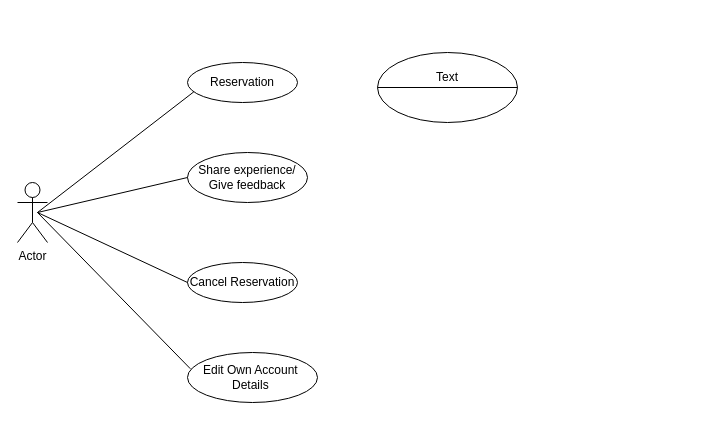
Earlier version of the draw.io diagram Untitled Diagram.drawio (Maliya2002/maliya2002.github.io). Source tidied: cells renumbered, new cells numbered last; positions are measured from the earlier drawing's top-left corner, leaving out a move shared by most shapes. Both pictures are drawn from the tidied source at 100%, with x=0, y=0 at pixel (17, 52).
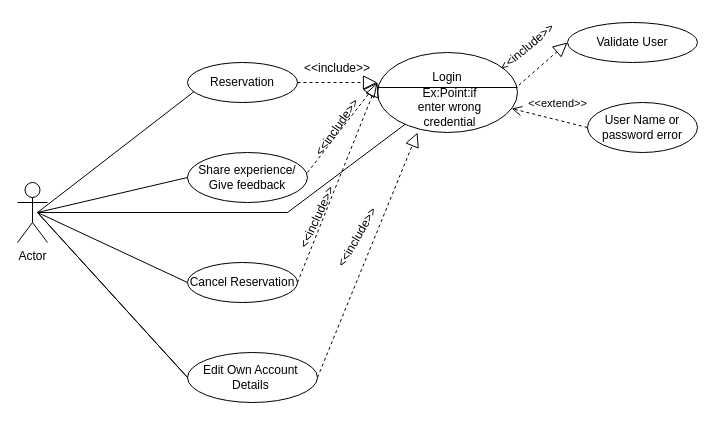
The same diagram, later.

Unchanged cells that the change refers to:
```xml
<mxCell id="3" value="Reservation" style="ellipse;whiteSpace=wrap;html=1;" parent="1" vertex="1">
  <mxGeometry x="170" y="10" width="110" height="40" as="geometry" />
</mxCell>
<mxCell id="5" value="Cancel Reservation" style="ellipse;whiteSpace=wrap;html=1;" parent="1" vertex="1">
  <mxGeometry x="170" y="210" width="110" height="40" as="geometry" />
</mxCell>
<mxCell id="6" value="Edit Own Account&amp;nbsp;&lt;div&gt;Details&amp;nbsp;&lt;/div&gt;" style="ellipse;whiteSpace=wrap;html=1;" parent="1" vertex="1">
  <mxGeometry x="170" y="300" width="130" height="50" as="geometry" />
</mxCell>
```

What changed in the source:
```diff
@@
-    <mxCell id="10" style="endArrow=none;html=1;rounded=0;entryX=0.022;entryY=0.325;entryDx=0;entryDy=0;entryPerimeter=0;" parent="1" edge="1" target="6">
+    <mxCell id="10" style="endArrow=none;html=1;rounded=0;" parent="1" edge="1" target="11">
       <mxGeometry relative="1" as="geometry">
         <mxPoint x="20" y="160" as="sourcePoint" />
+        <Array as="points">
+          <mxPoint x="270" y="160" />
+        </Array>
       </mxGeometry>
     </mxCell>
     <mxCell id="11" style="ellipse;whiteSpace=wrap;html=1;" parent="1" vertex="1">
-      <mxGeometry x="360" width="140" height="70" as="geometry" />
+      <mxGeometry x="360" width="140" height="80" as="geometry" />
     </mxCell>
@@
-    <mxCell id="13" value="Text" style="text;html=1;align=center;verticalAlign=middle;whiteSpace=wrap;rounded=0;" parent="1" vertex="1">
+    <mxCell id="13" value="Login" style="text;html=1;align=center;verticalAlign=middle;whiteSpace=wrap;rounded=0;" parent="1" vertex="1">
       <mxGeometry x="400" y="10" width="60" height="30" as="geometry" />
     </mxCell>
+    <mxCell id="14" value="Ex:Point:if enter wrong credential" style="text;html=1;align=center;verticalAlign=middle;whiteSpace=wrap;rounded=0;" parent="1" vertex="1">
+      <mxGeometry x="395" y="40" width="75" height="30" as="geometry" />
+    </mxCell>
+    <mxCell id="15" value="&amp;lt;&amp;lt;include&amp;gt;&amp;gt;" style="text;html=1;align=center;verticalAlign=middle;whiteSpace=wrap;rounded=0;" parent="1" vertex="1">
+      <mxGeometry x="290" y="0.5" width="60" height="30" as="geometry" />
+    </mxCell>
+    <mxCell id="16" value="&amp;lt;&amp;lt;include&amp;gt;&amp;gt;" style="text;html=1;align=center;verticalAlign=middle;whiteSpace=wrap;rounded=0;rotation=-55;" parent="1" vertex="1">
+      <mxGeometry x="290" y="60" width="60" height="30" as="geometry" />
+    </mxCell>
+    <mxCell id="17" value="&amp;lt;&amp;lt;include&amp;gt;&amp;gt;" style="text;html=1;align=center;verticalAlign=middle;whiteSpace=wrap;rounded=0;rotation=-65;" parent="1" vertex="1">
+      <mxGeometry x="270" y="150" width="60" height="30" as="geometry" />
+    </mxCell>
+    <mxCell id="18" value="&amp;lt;&amp;lt;include&amp;gt;&amp;gt;" style="text;html=1;align=center;verticalAlign=middle;whiteSpace=wrap;rounded=0;rotation=-60;" parent="1" vertex="1">
+      <mxGeometry x="310" y="180" width="60" height="10" as="geometry" />
+    </mxCell>
+    <mxCell id="19" style="endArrow=block;dashed=1;endFill=0;endSize=12;html=1;rounded=0;exitX=1;exitY=0.5;exitDx=0;exitDy=0;entryX=0.286;entryY=1;entryDx=0;entryDy=0;entryPerimeter=0;" parent="1" edge="1" source="6" target="11">
+      <mxGeometry relative="1" as="geometry" />
+    </mxCell>
+    <mxCell id="20" style="endArrow=block;dashed=1;endFill=0;endSize=12;html=1;rounded=0;exitX=1;exitY=0.5;exitDx=0;exitDy=0;" parent="1" edge="1" source="5">
+      <mxGeometry relative="1" as="geometry">
+        <mxPoint x="360" y="30" as="targetPoint" />
+      </mxGeometry>
+    </mxCell>
+    <mxCell id="21" style="endArrow=block;dashed=1;endFill=0;endSize=12;html=1;rounded=0;" parent="1" edge="1">
+      <mxGeometry relative="1" as="geometry">
+        <mxPoint x="290" y="120" as="sourcePoint" />
+        <mxPoint x="360" y="30" as="targetPoint" />
+      </mxGeometry>
+    </mxCell>
+    <mxCell id="22" style="endArrow=block;dashed=1;endFill=0;endSize=12;html=1;rounded=0;exitX=1;exitY=0.5;exitDx=0;exitDy=0;" parent="1" edge="1" source="3">
+      <mxGeometry relative="1" as="geometry">
+        <mxPoint x="360" y="30" as="targetPoint" />
+      </mxGeometry>
+    </mxCell>
+    <mxCell id="23" value="Validate User" style="ellipse;whiteSpace=wrap;html=1;" parent="1" vertex="1">
+      <mxGeometry x="550" y="-30" width="130" height="40" as="geometry" />
+    </mxCell>
+    <mxCell id="24" style="endArrow=block;dashed=1;endFill=0;endSize=12;html=1;rounded=0;entryX=0;entryY=0.5;entryDx=0;entryDy=0;exitX=1.01;exitY=0.408;exitDx=0;exitDy=0;exitPerimeter=0;" parent="1" edge="1" source="11" target="23">
+      <mxGeometry relative="1" as="geometry" />
+    </mxCell>
+    <mxCell id="25" value="User Name or password error" style="ellipse;whiteSpace=wrap;html=1;" parent="1" vertex="1">
+      <mxGeometry x="570" y="50" width="110" height="50" as="geometry" />
+    </mxCell>
+    <mxCell id="26" value="&amp;lt;&amp;lt;extend&amp;gt;&amp;gt;" style="html=1;verticalAlign=bottom;endArrow=open;dashed=1;endSize=8;curved=0;rounded=0;exitX=0;exitY=0.5;exitDx=0;exitDy=0;" parent="1" edge="1" source="25" target="11">
+      <mxGeometry x="-0.16" y="-7" relative="1" as="geometry" />
+    </mxCell>
+    <mxCell id="27" value="&amp;lt;&amp;lt;include&amp;gt;&amp;gt;" style="text;html=1;align=center;verticalAlign=middle;whiteSpace=wrap;rounded=0;rotation=-40;" parent="1" vertex="1">
+      <mxGeometry x="480" y="-20" width="60" height="30" as="geometry" />
+    </mxCell>
+    <mxCell id="28" style="endArrow=none;html=1;rounded=0;exitX=0;exitY=0.5;exitDx=0;exitDy=0;" parent="1" edge="1" source="6">
+      <mxGeometry relative="1" as="geometry">
+        <mxPoint x="170" y="325" as="targetPoint" />
+        <Array as="points">
+          <mxPoint x="20" y="160" />
+        </Array>
+      </mxGeometry>
+    </mxCell>
```
